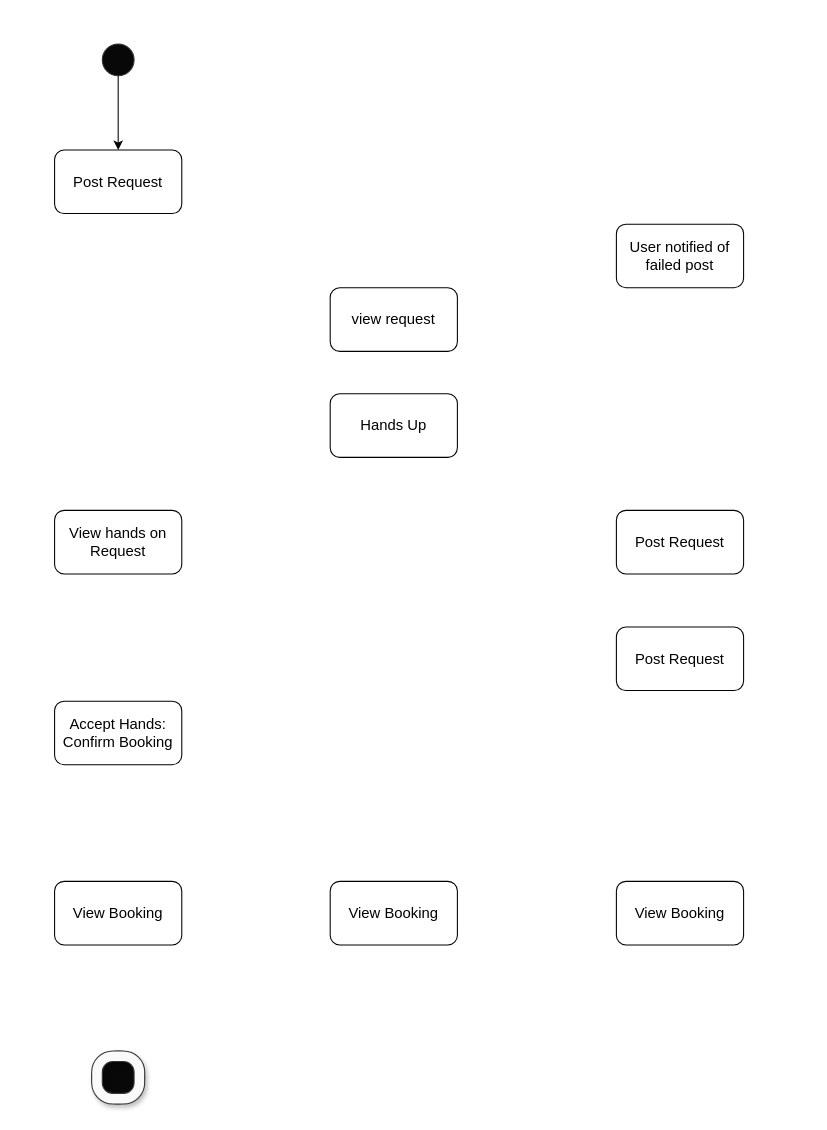
willdonlan8/test keeps this draw.io diagram as AD1.drawio. Above is the earlier version. Source tidied: cells renumbered, new cells numbered last; positions are measured from the earlier drawing's top-left corner, leaving out a move shared by most shapes. Both pictures are drawn from the tidied source at 106%, with x=0, y=0 at pixel (54, 43).
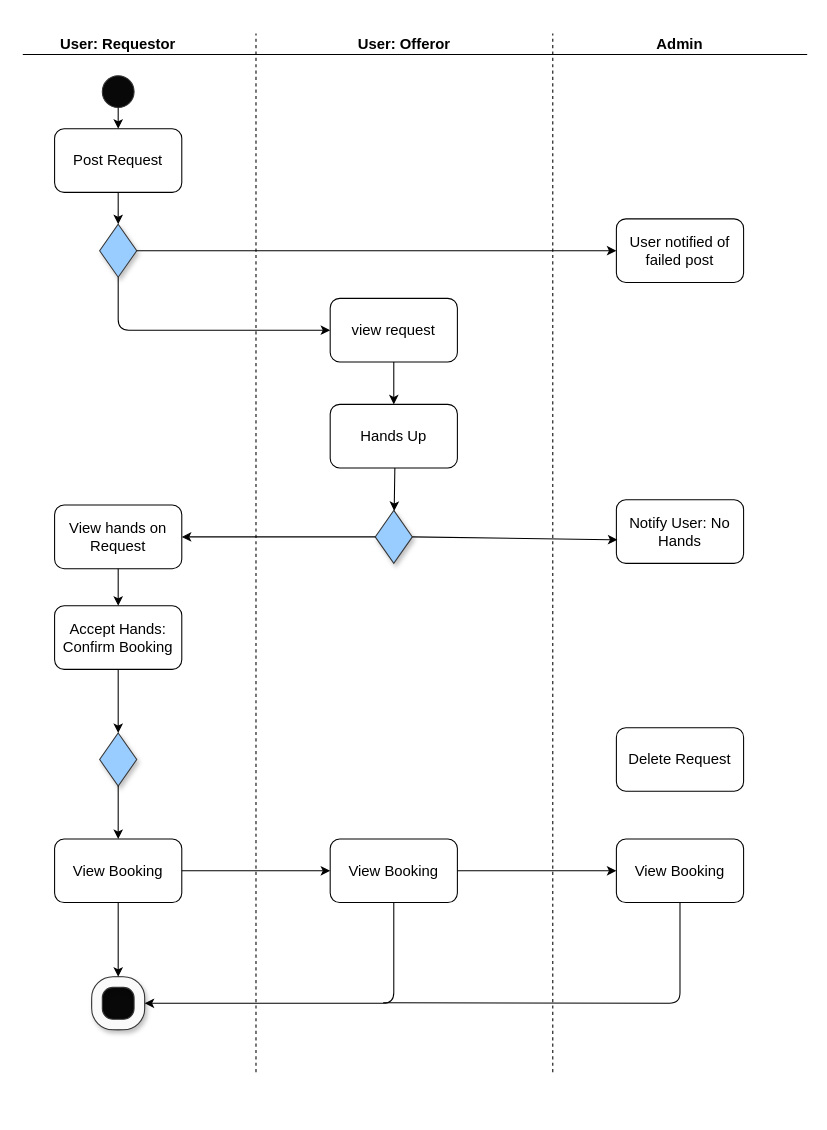
Above is the later version.

What changed in the source:
```diff
@@
     <mxCell id="2" value="&lt;font style=&quot;font-size: 14px&quot;&gt;Post Request&lt;/font&gt;" style="rounded=1;whiteSpace=wrap;html=1;" parent="1" vertex="1">
-      <mxGeometry y="100" width="120" height="60" as="geometry" />
+      <mxGeometry y="80" width="120" height="60" as="geometry" />
     </mxCell>
     <mxCell id="3" value="&lt;font style=&quot;font-size: 14px&quot;&gt;User notified of failed post&lt;/font&gt;" style="rounded=1;whiteSpace=wrap;html=1;" parent="1" vertex="1">
-      <mxGeometry x="530" y="170" width="120" height="60" as="geometry" />
+      <mxGeometry x="530" y="165" width="120" height="60" as="geometry" />
     </mxCell>
     <mxCell id="4" value="&lt;font style=&quot;font-size: 14px&quot;&gt;view request&lt;/font&gt;" style="rounded=1;whiteSpace=wrap;html=1;" parent="1" vertex="1">
-      <mxGeometry x="260" y="230" width="120" height="60" as="geometry" />
+      <mxGeometry x="260" y="240" width="120" height="60" as="geometry" />
     </mxCell>
     <mxCell id="5" value="&lt;font style=&quot;font-size: 14px&quot;&gt;Hands Up&lt;/font&gt;" style="rounded=1;whiteSpace=wrap;html=1;" parent="1" vertex="1">
-      <mxGeometry x="260" y="330" width="120" height="60" as="geometry" />
+      <mxGeometry x="260" y="340" width="120" height="60" as="geometry" />
     </mxCell>
     <mxCell id="6" value="&lt;font style=&quot;font-size: 14px&quot;&gt;View hands on Request&lt;/font&gt;" style="rounded=1;whiteSpace=wrap;html=1;" parent="1" vertex="1">
-      <mxGeometry y="440" width="120" height="60" as="geometry" />
+      <mxGeometry y="435" width="120" height="60" as="geometry" />
     </mxCell>
-    <mxCell id="7" value="&lt;font style=&quot;font-size: 14px&quot;&gt;Post Request&lt;/font&gt;" style="rounded=1;whiteSpace=wrap;html=1;" parent="1" vertex="1">
-      <mxGeometry x="530" y="440" width="120" height="60" as="geometry" />
+    <mxCell id="7" value="&lt;font style=&quot;font-size: 14px&quot;&gt;Notify User: No Hands&lt;/font&gt;" style="rounded=1;whiteSpace=wrap;html=1;" parent="1" vertex="1">
+      <mxGeometry x="530" y="430" width="120" height="60" as="geometry" />
     </mxCell>
-    <mxCell id="8" value="&lt;font style=&quot;font-size: 14px&quot;&gt;Post Request&lt;/font&gt;" style="rounded=1;whiteSpace=wrap;html=1;" parent="1" vertex="1">
-      <mxGeometry x="530" y="550" width="120" height="60" as="geometry" />
+    <mxCell id="8" value="&lt;font style=&quot;font-size: 14px&quot;&gt;Delete Request&lt;/font&gt;" style="rounded=1;whiteSpace=wrap;html=1;" parent="1" vertex="1">
+      <mxGeometry x="530" y="645" width="120" height="60" as="geometry" />
     </mxCell>
     <mxCell id="9" value="&lt;font style=&quot;font-size: 14px&quot;&gt;Accept Hands: Confirm Booking&lt;/font&gt;" style="rounded=1;whiteSpace=wrap;html=1;" parent="1" vertex="1">
-      <mxGeometry y="620" width="120" height="60" as="geometry" />
+      <mxGeometry y="530" width="120" height="60" as="geometry" />
     </mxCell>
     <mxCell id="10" value="&lt;font style=&quot;font-size: 14px&quot;&gt;View Booking&lt;/font&gt;" style="rounded=1;whiteSpace=wrap;html=1;" parent="1" vertex="1">
-      <mxGeometry y="790" width="120" height="60" as="geometry" />
+      <mxGeometry y="750" width="120" height="60" as="geometry" />
     </mxCell>
     <mxCell id="11" value="&lt;font style=&quot;font-size: 14px&quot;&gt;View Booking&lt;/font&gt;" style="rounded=1;whiteSpace=wrap;html=1;" parent="1" vertex="1">
-      <mxGeometry x="260" y="790" width="120" height="60" as="geometry" />
+      <mxGeometry x="260" y="750" width="120" height="60" as="geometry" />
     </mxCell>
     <mxCell id="12" value="&lt;font style=&quot;font-size: 14px&quot;&gt;View Booking&lt;/font&gt;" style="rounded=1;whiteSpace=wrap;html=1;" parent="1" vertex="1">
-      <mxGeometry x="530" y="790" width="120" height="60" as="geometry" />
+      <mxGeometry x="530" y="750" width="120" height="60" as="geometry" />
     </mxCell>
     <mxCell id="13" style="ellipse;whiteSpace=wrap;html=1;strokeColor=#363636;shadow=0;fillColor=#080808;" parent="1" vertex="1">
-      <mxGeometry x="45" width="30" height="30" as="geometry" />
+      <mxGeometry x="45" y="30" width="30" height="30" as="geometry" />
     </mxCell>
     <mxCell id="14" style="ellipse;whiteSpace=wrap;html=1;shadow=0;strokeColor=#363636;fillColor=#080808;" parent="1" vertex="1">
-      <mxGeometry x="35" y="950" width="50" height="50" as="geometry" />
+      <mxGeometry x="35" y="880" width="50" height="50" as="geometry" />
     </mxCell>
     <mxCell id="15" style="verticalLabelPosition=bottom;verticalAlign=top;html=1;shape=mxgraph.basic.rounded_frame;dx=10;shadow=1;strokeColor=#363636;fillColor=#FAFAFA;" parent="1" vertex="1">
-      <mxGeometry x="35" y="950" width="50" height="50" as="geometry" />
+      <mxGeometry x="35" y="880" width="50" height="50" as="geometry" />
     </mxCell>
-    <mxCell id="16" style="endArrow=classic;html=1;exitX=0.5;exitY=1;exitDx=0;exitDy=0;" parent="1" edge="1" source="13">
-      <mxGeometry relative="1" as="geometry">
-        <mxPoint x="60" y="100" as="targetPoint" />
-      </mxGeometry>
+    <mxCell id="16" style="endArrow=classic;html=1;exitX=0.5;exitY=1;exitDx=0;exitDy=0;entryX=0.5;entryY=0;entryDx=0;entryDy=0;" parent="1" edge="1" source="13" target="2">
+      <mxGeometry relative="1" as="geometry" />
     </mxCell>
+    <mxCell id="17" style="rhombus;whiteSpace=wrap;html=1;shadow=1;strokeColor=#363636;fillColor=#99CCFF;" parent="1" vertex="1">
+      <mxGeometry x="42.5" y="170" width="35" height="50" as="geometry" />
+    </mxCell>
+    <mxCell id="18" style="rhombus;whiteSpace=wrap;html=1;shadow=1;strokeColor=#363636;fillColor=#99CCFF;" parent="1" vertex="1">
+      <mxGeometry x="302.5" y="440" width="35" height="50" as="geometry" />
+    </mxCell>
+    <mxCell id="19" style="rhombus;whiteSpace=wrap;html=1;shadow=1;strokeColor=#363636;fillColor=#99CCFF;" parent="1" vertex="1">
+      <mxGeometry x="42.5" y="650" width="35" height="50" as="geometry" />
+    </mxCell>
+    <mxCell id="20" style="endArrow=classic;html=1;exitX=0.5;exitY=1;exitDx=0;exitDy=0;entryX=0.5;entryY=0;entryDx=0;entryDy=0;" parent="1" edge="1" source="2" target="17">
+      <mxGeometry relative="1" as="geometry" />
+    </mxCell>
+    <mxCell id="21" style="endArrow=classic;html=1;exitX=1;exitY=0.5;exitDx=0;exitDy=0;entryX=0;entryY=0.5;entryDx=0;entryDy=0;" parent="1" edge="1" source="17" target="3">
+      <mxGeometry relative="1" as="geometry" />
+    </mxCell>
+    <mxCell id="22" style="endArrow=classic;html=1;exitX=0.5;exitY=1;exitDx=0;exitDy=0;" parent="1" edge="1" source="17" target="4">
+      <mxGeometry relative="1" as="geometry">
+        <Array as="points">
+          <mxPoint x="60" y="270" />
+        </Array>
+      </mxGeometry>
+    </mxCell>
+    <mxCell id="23" style="endArrow=classic;html=1;exitX=0.5;exitY=1;exitDx=0;exitDy=0;entryX=0.5;entryY=0;entryDx=0;entryDy=0;" parent="1" edge="1" source="4" target="5">
+      <mxGeometry relative="1" as="geometry" />
+    </mxCell>
+    <mxCell id="24" style="endArrow=classic;html=1;" parent="1" edge="1" target="18">
+      <mxGeometry relative="1" as="geometry">
+        <mxPoint x="321" y="400" as="sourcePoint" />
+      </mxGeometry>
+    </mxCell>
+    <mxCell id="25" style="endArrow=classic;html=1;exitX=1;exitY=0.5;exitDx=0;exitDy=0;entryX=0.008;entryY=0.629;entryDx=0;entryDy=0;entryPerimeter=0;" parent="1" edge="1" source="18" target="7">
+      <mxGeometry relative="1" as="geometry" />
+    </mxCell>
+    <mxCell id="26" style="endArrow=classic;html=1;entryX=1;entryY=0.5;entryDx=0;entryDy=0;" parent="1" edge="1" source="18" target="6">
+      <mxGeometry relative="1" as="geometry" />
+    </mxCell>
+    <mxCell id="27" style="endArrow=classic;html=1;exitX=0.5;exitY=1;exitDx=0;exitDy=0;" parent="1" edge="1" source="6" target="9">
+      <mxGeometry relative="1" as="geometry" />
+    </mxCell>
+    <mxCell id="28" style="endArrow=classic;html=1;exitX=0.5;exitY=1;exitDx=0;exitDy=0;entryX=0.5;entryY=0;entryDx=0;entryDy=0;" parent="1" edge="1" source="9" target="19">
+      <mxGeometry relative="1" as="geometry" />
+    </mxCell>
+    <mxCell id="29" style="endArrow=classic;html=1;exitX=0.5;exitY=1;exitDx=0;exitDy=0;" parent="1" edge="1" source="19" target="10">
+      <mxGeometry relative="1" as="geometry" />
+    </mxCell>
+    <mxCell id="30" style="endArrow=classic;html=1;exitX=1;exitY=0.5;exitDx=0;exitDy=0;" parent="1" edge="1" source="10" target="11">
+      <mxGeometry relative="1" as="geometry" />
+    </mxCell>
+    <mxCell id="31" style="endArrow=classic;html=1;entryX=0;entryY=0.5;entryDx=0;entryDy=0;" parent="1" edge="1" source="11" target="12">
+      <mxGeometry relative="1" as="geometry" />
+    </mxCell>
+    <mxCell id="32" style="endArrow=classic;html=1;exitX=0.5;exitY=1;exitDx=0;exitDy=0;entryX=0.5;entryY=0;entryDx=0;entryDy=0;entryPerimeter=0;" parent="1" edge="1" source="10" target="15">
+      <mxGeometry relative="1" as="geometry" />
+    </mxCell>
+    <mxCell id="33" style="endArrow=classic;html=1;exitX=0.5;exitY=1;exitDx=0;exitDy=0;" parent="1" edge="1" source="11" target="14">
+      <mxGeometry relative="1" as="geometry">
+        <Array as="points">
+          <mxPoint x="320" y="905" />
+        </Array>
+      </mxGeometry>
+    </mxCell>
+    <mxCell id="34" style="endArrow=none;html=1;exitX=0.5;exitY=1;exitDx=0;exitDy=0;" parent="1" edge="1" source="12">
+      <mxGeometry relative="1" as="geometry">
+        <mxPoint x="310" y="904.5" as="targetPoint" />
+        <Array as="points">
+          <mxPoint x="590" y="905" />
+        </Array>
+      </mxGeometry>
+    </mxCell>
+    <mxCell id="35" value="&lt;font style=&quot;font-size: 14px&quot;&gt;&lt;b&gt;User: Requestor&lt;/b&gt;&lt;/font&gt;" style="text;html=1;strokeColor=none;fillColor=none;align=center;verticalAlign=middle;whiteSpace=wrap;rounded=0;shadow=1;" parent="1" vertex="1">
+      <mxGeometry x="-30" y="-20" width="180" height="40" as="geometry" />
+    </mxCell>
+    <mxCell id="36" value="&lt;font style=&quot;font-size: 14px&quot;&gt;&lt;b&gt;User: Offeror&lt;/b&gt;&lt;/font&gt;" style="text;html=1;strokeColor=none;fillColor=none;align=center;verticalAlign=middle;whiteSpace=wrap;rounded=0;shadow=1;" parent="1" vertex="1">
+      <mxGeometry x="240" y="-20" width="180" height="40" as="geometry" />
+    </mxCell>
+    <mxCell id="37" value="&lt;font style=&quot;font-size: 14px&quot;&gt;&lt;b&gt;Admin&lt;/b&gt;&lt;/font&gt;" style="text;html=1;strokeColor=none;fillColor=none;align=center;verticalAlign=middle;whiteSpace=wrap;rounded=0;shadow=1;" parent="1" vertex="1">
+      <mxGeometry x="500" y="-20" width="180" height="40" as="geometry" />
+    </mxCell>
+    <mxCell id="38" style="endArrow=none;dashed=1;html=1;" parent="1" edge="1">
+      <mxGeometry relative="1" as="geometry">
+        <mxPoint x="190" y="970" as="sourcePoint" />
+        <mxPoint x="190" y="-10" as="targetPoint" />
+      </mxGeometry>
+    </mxCell>
+    <mxCell id="39" style="endArrow=none;dashed=1;html=1;" parent="1" edge="1">
+      <mxGeometry relative="1" as="geometry">
+        <mxPoint x="470" y="970" as="sourcePoint" />
+        <mxPoint x="470" y="-10" as="targetPoint" />
+      </mxGeometry>
+    </mxCell>
+    <mxCell id="40" style="endArrow=none;html=1;exitX=0;exitY=0.75;exitDx=0;exitDy=0;" parent="1" edge="1" source="35">
+      <mxGeometry relative="1" as="geometry">
+        <mxPoint x="710" y="10" as="targetPoint" />
+      </mxGeometry>
+    </mxCell>
```
